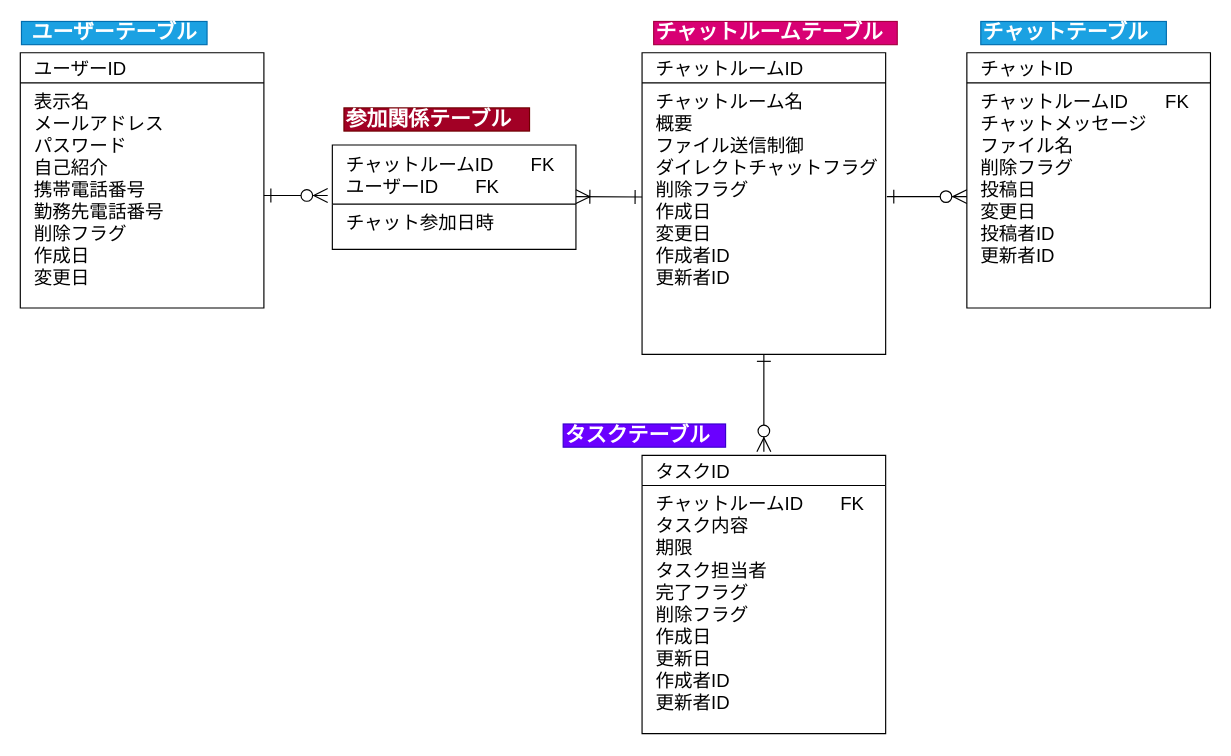
Earlier version of the draw.io diagram db/db-challenge1/er.dio (takazumik/quelcode-db). Source tidied: cells renumbered, new cells numbered last; positions are measured from the earlier drawing's top-left corner, leaving out a move shared by most shapes. Both pictures are drawn from the tidied source at 116%, with x=0, y=0 at pixel (20, 21).
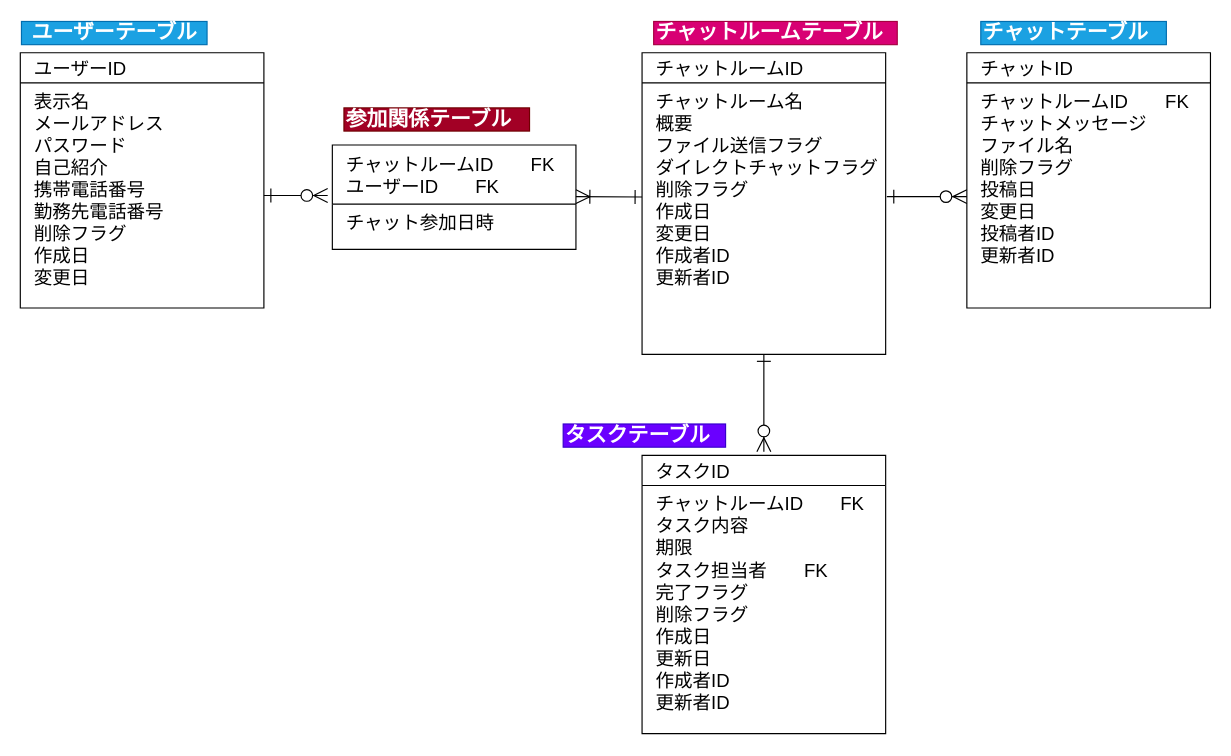
The same diagram, later.

Commit message:
フラグ、FKを修正しました

The change refers to these unchanged cells:
```xml
<mxCell id="12" value="チャットルームID" style="swimlane;fontStyle=0;horizontal=1;startSize=26;fillColor=none;align=left;perimeterSpacing=3;spacingLeft=10;fontSize=16;" parent="1" vertex="1">
  <mxGeometry x="536" y="27" width="210" height="260" as="geometry" />
</mxCell>
<mxCell id="14" value="タスクID" style="swimlane;fontStyle=0;horizontal=1;startSize=26;fillColor=none;align=left;perimeterSpacing=3;spacingLeft=10;fontSize=16;" parent="1" vertex="1">
  <mxGeometry x="536" y="374" width="210" height="240" as="geometry" />
</mxCell>
```

Diff of the diagram source:
```diff
@@
-    <mxCell id="13" value="チャットルーム名&#10;概要&#10;ファイル送信制御&#10;ダイレクトチャットフラグ&#10;削除フラグ&#10;作成日&#10;変更日&#10;作成者ID&#10;更新者ID&#10;" style="text;strokeColor=none;fillColor=none;align=left;verticalAlign=top;spacingLeft=10;spacingRight=4;overflow=hidden;points=[[0,0.5],[1,0.5]];portConstraint=eastwest;fontSize=16;" parent="12" vertex="1">
+    <mxCell id="13" value="チャットルーム名&#10;概要&#10;ファイル送信フラグ&#10;ダイレクトチャットフラグ&#10;削除フラグ&#10;作成日&#10;変更日&#10;作成者ID&#10;更新者ID&#10;" style="text;strokeColor=none;fillColor=none;align=left;verticalAlign=top;spacingLeft=10;spacingRight=4;overflow=hidden;points=[[0,0.5],[1,0.5]];portConstraint=eastwest;fontSize=16;" parent="12" vertex="1">
       <mxGeometry y="26" width="210" height="234" as="geometry" />
     </mxCell>
@@
-    <mxCell id="15" value="チャットルームID　　FK&#10;タスク内容&#10;期限&#10;タスク担当者&#10;完了フラグ&#10;削除フラグ&#10;作成日&#10;更新日&#10;作成者ID&#10;更新者ID" style="text;strokeColor=none;fillColor=none;align=left;verticalAlign=top;spacingLeft=10;spacingRight=4;overflow=hidden;fontSize=16;" parent="14" vertex="1">
+    <mxCell id="15" value="チャットルームID　　FK&#10;タスク内容&#10;期限&#10;タスク担当者　　FK&#10;完了フラグ&#10;削除フラグ&#10;作成日&#10;更新日&#10;作成者ID&#10;更新者ID" style="text;strokeColor=none;fillColor=none;align=left;verticalAlign=top;spacingLeft=10;spacingRight=4;overflow=hidden;fontSize=16;" parent="14" vertex="1">
       <mxGeometry y="26" width="210" height="214" as="geometry" />
     </mxCell>
```
